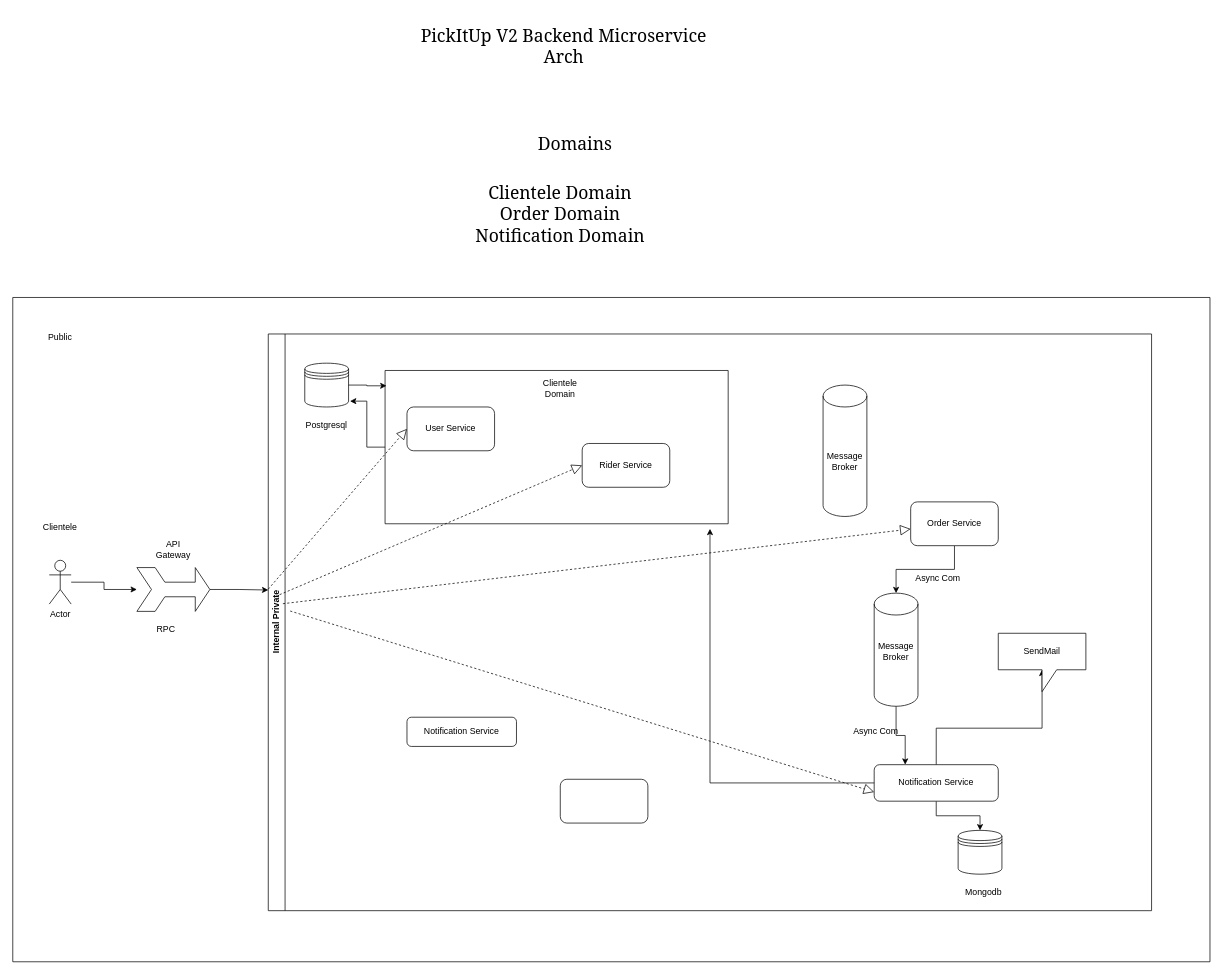
Before: assets/pickitup_v2.drawio in Ayobami6/pickitup, a draw.io diagram. Source tidied: cells renumbered, new cells numbered last; positions are measured from the earlier drawing's top-left corner, leaving out a move shared by most shapes. Both pictures are drawn from the tidied source at 73%, with x=0, y=0 at pixel (12, 12).
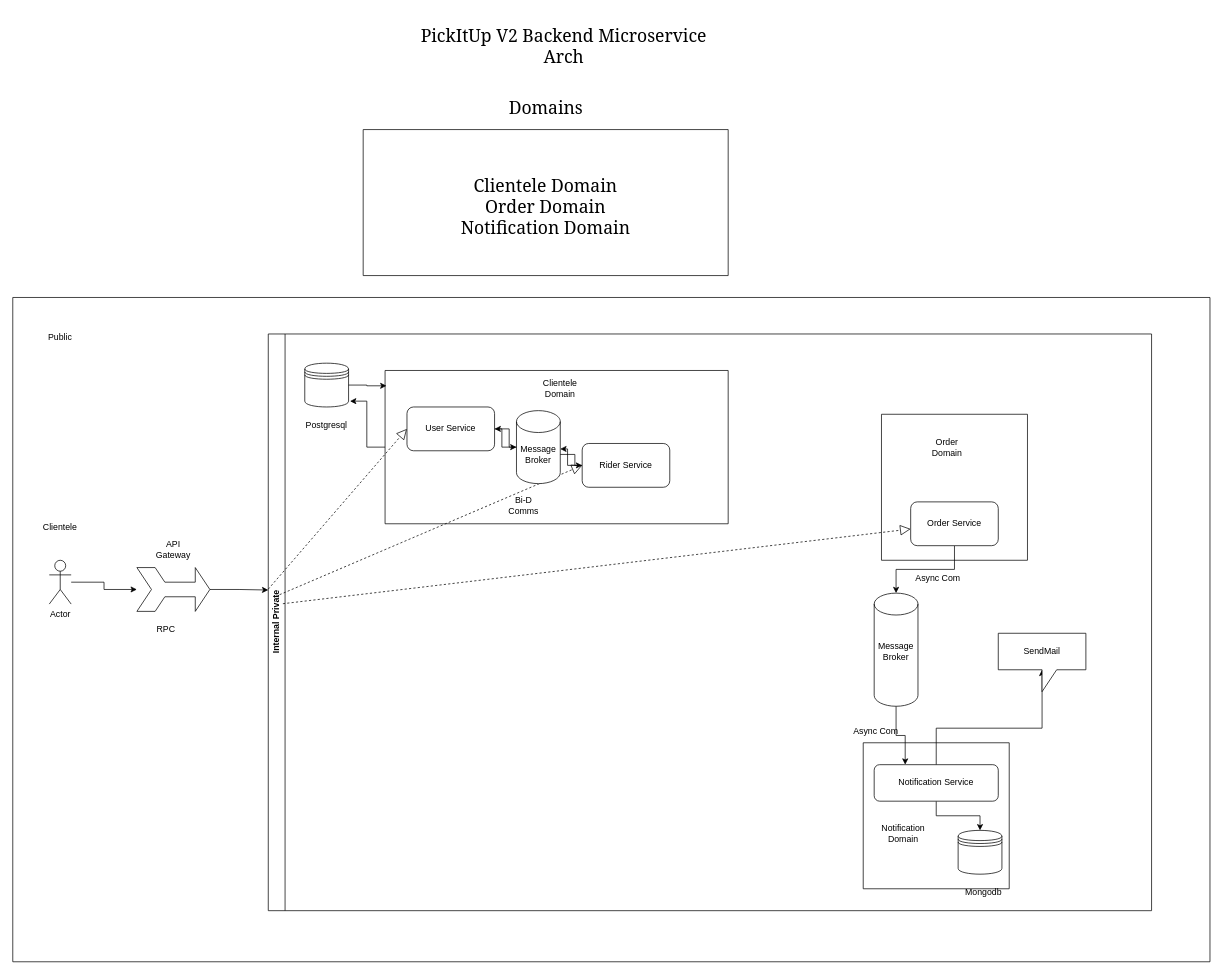
Above is the later version.

The change refers to these unchanged cells:
```xml
<mxCell id="12" value="Internal Private" style="swimlane;horizontal=0;whiteSpace=wrap;html=1;" parent="5" vertex="1">
  <mxGeometry x="350" y="50" width="1210" height="790" as="geometry" />
</mxCell>
<mxCell id="21" value="Notification Service" style="rounded=1;whiteSpace=wrap;html=1;" parent="12" vertex="1">
  <mxGeometry x="830" y="590" width="170" height="50" as="geometry" />
</mxCell>
<mxCell id="23" value="Rider Service" style="rounded=1;whiteSpace=wrap;html=1;" parent="12" vertex="1">
  <mxGeometry x="430" y="150" width="120" height="60" as="geometry" />
</mxCell>
<mxCell id="25" value="User Service" style="rounded=1;whiteSpace=wrap;html=1;" parent="12" vertex="1">
  <mxGeometry x="190" y="100" width="120" height="60" as="geometry" />
</mxCell>
<mxCell id="26" style="swimlane;startSize=0;" parent="12" vertex="1">
  <mxGeometry x="160" y="50" width="470" height="210" as="geometry" />
</mxCell>
```

What changed in the source:
```diff
@@
     <mxCell id="3" value="&lt;font style=&quot;font-size: 24px;&quot; face=&quot;Georgia&quot;&gt;Domains&lt;/font&gt;" style="text;html=1;align=center;verticalAlign=middle;strokeColor=none;fillColor=none;" parent="1" vertex="1">
-      <mxGeometry x="710" y="160" width="120" height="40" as="geometry" />
+      <mxGeometry x="670" y="110" width="120" height="40" as="geometry" />
     </mxCell>
-    <mxCell id="4" value="&lt;font face=&quot;Georgia&quot;&gt;&lt;span style=&quot;font-size: 24px;&quot;&gt;Clientele Domain&lt;/span&gt;&lt;/font&gt;&lt;div&gt;&lt;div&gt;&lt;font face=&quot;Georgia&quot;&gt;&lt;span style=&quot;font-size: 24px;&quot;&gt;Order Domain&lt;/span&gt;&lt;/font&gt;&lt;/div&gt;&lt;div&gt;&lt;font face=&quot;Georgia&quot;&gt;&lt;span style=&quot;font-size: 24px;&quot;&gt;Notification Domain&lt;/span&gt;&lt;/font&gt;&lt;/div&gt;&lt;div&gt;&lt;font face=&quot;Georgia&quot;&gt;&lt;span style=&quot;font-size: 24px;&quot;&gt;&lt;br&gt;&lt;/span&gt;&lt;/font&gt;&lt;/div&gt;&lt;/div&gt;" style="text;html=1;align=center;verticalAlign=middle;whiteSpace=wrap;rounded=0;" parent="1" vertex="1">
-      <mxGeometry x="560" y="220" width="380" height="140" as="geometry" />
-    </mxCell>
@@
-    <mxCell id="16" style="endArrow=block;dashed=1;endFill=0;endSize=12;html=1;rounded=0;entryX=0;entryY=0.75;entryDx=0;entryDy=0;" parent="12" edge="1" target="21">
-      <mxGeometry relative="1" as="geometry">
-        <mxPoint x="30" y="379.5" as="sourcePoint" />
-      </mxGeometry>
-    </mxCell>
@@
-    <mxCell id="22" style="rounded=1;whiteSpace=wrap;html=1;" parent="12" vertex="1">
-      <mxGeometry x="400" y="610" width="120" height="60" as="geometry" />
-    </mxCell>
+    <mxCell id="45" style="edgeStyle=orthogonalEdgeStyle;rounded=0;jettySize=auto;html=1;entryX=1;entryY=0.25;entryDx=0;entryDy=0;" parent="12" edge="1" source="23" target="41">
+      <mxGeometry relative="1" as="geometry" />
+    </mxCell>
@@
-    <mxCell id="24" value="Notification Service" style="rounded=1;whiteSpace=wrap;html=1;" parent="12" vertex="1">
-      <mxGeometry x="190" y="525" width="150" height="40" as="geometry" />
-    </mxCell>
+    <mxCell id="46" style="edgeStyle=orthogonalEdgeStyle;rounded=0;jettySize=auto;html=1;" parent="12" edge="1" source="25" target="40">
+      <mxGeometry relative="1" as="geometry" />
+    </mxCell>
@@
+    <mxCell id="40" style="shape=cylinder3;whiteSpace=wrap;html=1;boundedLbl=1;backgroundOutline=1;size=15;" parent="26" vertex="1">
+      <mxGeometry x="180" y="55" width="60" height="100" as="geometry" />
+    </mxCell>
+    <mxCell id="41" value="Message Broker" style="text;html=1;align=center;verticalAlign=middle;whiteSpace=wrap;rounded=0;" parent="26" vertex="1">
+      <mxGeometry x="180" y="100" width="60" height="30" as="geometry" />
+    </mxCell>
+    <mxCell id="47" value="Bi-D Comms" style="text;html=1;align=center;verticalAlign=middle;whiteSpace=wrap;rounded=0;" parent="26" vertex="1">
+      <mxGeometry x="160" y="170" width="60" height="30" as="geometry" />
+    </mxCell>
@@
-    <mxCell id="40" style="shape=cylinder3;whiteSpace=wrap;html=1;boundedLbl=1;backgroundOutline=1;size=15;" parent="12" vertex="1">
-      <mxGeometry x="760" y="70" width="60" height="180" as="geometry" />
-    </mxCell>
-    <mxCell id="41" value="Message Broker" style="text;html=1;align=center;verticalAlign=middle;whiteSpace=wrap;rounded=0;" parent="12" vertex="1">
-      <mxGeometry x="760" y="160" width="60" height="30" as="geometry" />
-    </mxCell>
-    <mxCell id="42" style="edgeStyle=orthogonalEdgeStyle;rounded=0;jettySize=auto;html=1;entryX=0.947;entryY=1.033;entryDx=0;entryDy=0;entryPerimeter=0;" parent="12" edge="1" source="21" target="26">
-      <mxGeometry relative="1" as="geometry" />
-    </mxCell>
+    <mxCell id="48" style="edgeStyle=orthogonalEdgeStyle;rounded=0;jettySize=auto;html=1;" parent="12" edge="1" source="40" target="25">
+      <mxGeometry relative="1" as="geometry" />
+    </mxCell>
+    <mxCell id="49" style="edgeStyle=orthogonalEdgeStyle;rounded=0;jettySize=auto;html=1;" parent="12" edge="1" source="41" target="23">
+      <mxGeometry relative="1" as="geometry" />
+    </mxCell>
+    <mxCell id="50" style="swimlane;startSize=0;" parent="12" vertex="1">
+      <mxGeometry x="840" y="110" width="200" height="200" as="geometry" />
+    </mxCell>
+    <mxCell id="51" value="Order Domain" style="text;html=1;align=center;verticalAlign=middle;whiteSpace=wrap;rounded=0;" parent="50" vertex="1">
+      <mxGeometry x="60" y="30" width="60" height="30" as="geometry" />
+    </mxCell>
+    <mxCell id="52" style="swimlane;startSize=0;" parent="12" vertex="1">
+      <mxGeometry x="815" y="560" width="200" height="200" as="geometry" />
+    </mxCell>
+    <mxCell id="53" value="Notification Domain" style="text;html=1;align=center;verticalAlign=middle;whiteSpace=wrap;rounded=0;" parent="52" vertex="1">
+      <mxGeometry x="25" y="110" width="60" height="30" as="geometry" />
+    </mxCell>
@@
+    <mxCell id="54" style="swimlane;startSize=0;" parent="1" vertex="1">
+      <mxGeometry x="480" y="160" width="500" height="200" as="geometry" />
+    </mxCell>
+    <mxCell id="4" value="&lt;font face=&quot;Georgia&quot;&gt;&lt;span style=&quot;font-size: 24px;&quot;&gt;Clientele Domain&lt;/span&gt;&lt;/font&gt;&lt;div&gt;&lt;div&gt;&lt;font face=&quot;Georgia&quot;&gt;&lt;span style=&quot;font-size: 24px;&quot;&gt;Order Domain&lt;/span&gt;&lt;/font&gt;&lt;/div&gt;&lt;div&gt;&lt;font face=&quot;Georgia&quot;&gt;&lt;span style=&quot;font-size: 24px;&quot;&gt;Notification Domain&lt;/span&gt;&lt;/font&gt;&lt;/div&gt;&lt;div&gt;&lt;font face=&quot;Georgia&quot;&gt;&lt;span style=&quot;font-size: 24px;&quot;&gt;&lt;br&gt;&lt;/span&gt;&lt;/font&gt;&lt;/div&gt;&lt;/div&gt;" style="text;html=1;align=center;verticalAlign=middle;whiteSpace=wrap;rounded=0;" parent="54" vertex="1">
+      <mxGeometry x="60" y="50" width="380" height="140" as="geometry" />
+    </mxCell>
```
